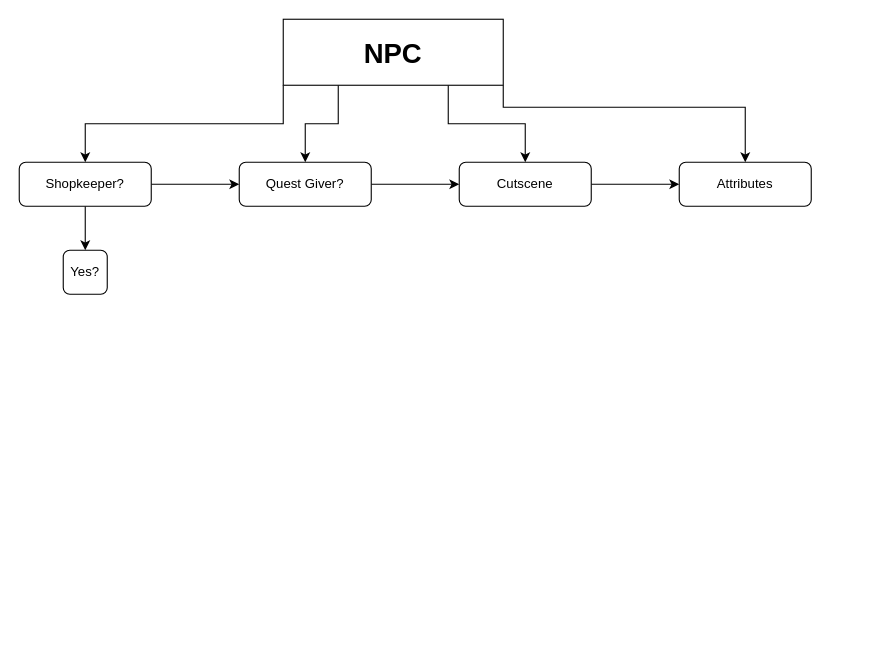
Above: Notes/charts/npc.drawio in ChrisGlenn/tdats (draw.io), before the change. Source tidied: cells renumbered, new cells numbered last; positions are measured from the earlier drawing's top-left corner, leaving out a move shared by most shapes. Both pictures are drawn from the tidied source at 110%, with x=0, y=0 at pixel (19, 19).
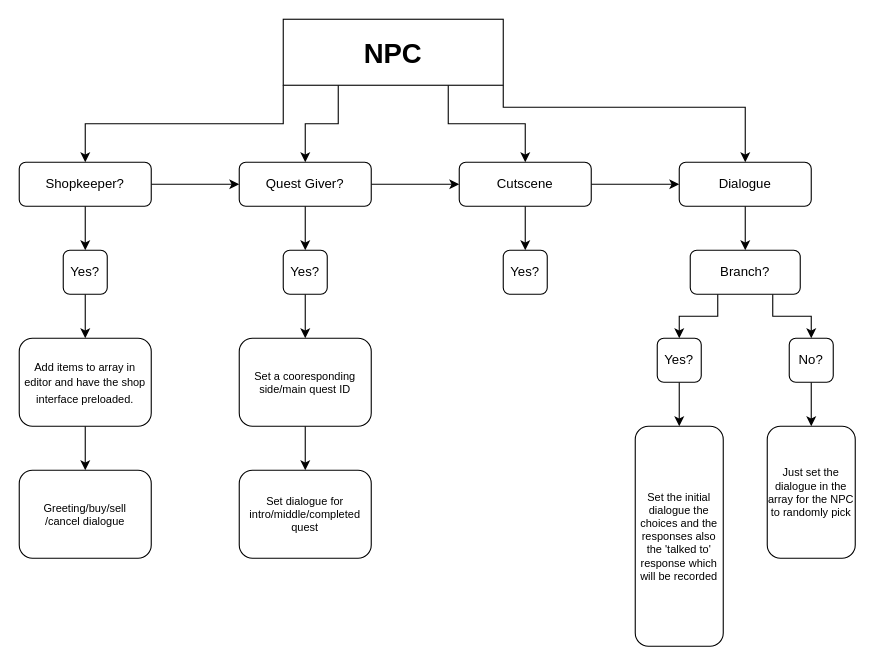
The same page after the edit.

The change refers to these unchanged cells:
```xml
<mxCell id="11" value="Quest Giver?" style="rounded=1;whiteSpace=wrap;html=1;" parent="1" vertex="1">
  <mxGeometry x="200" y="130" width="120" height="40" as="geometry" />
</mxCell>
<mxCell id="13" value="Cutscene" style="rounded=1;whiteSpace=wrap;html=1;" parent="1" vertex="1">
  <mxGeometry x="400" y="130" width="120" height="40" as="geometry" />
</mxCell>
<mxCell id="15" value="Yes?" style="rounded=1;whiteSpace=wrap;html=1;" parent="1" vertex="1">
  <mxGeometry x="40" y="210" width="40" height="40" as="geometry" />
</mxCell>
```

What changed in the source:
```diff
@@
+    <mxCell id="16" style="edgeStyle=orthogonalEdgeStyle;rounded=0;jettySize=auto;html=1;exitX=0.5;exitY=1;exitDx=0;exitDy=0;" parent="1" edge="1" source="11" target="24">
+      <mxGeometry relative="1" as="geometry" />
+    </mxCell>
@@
+    <mxCell id="17" style="edgeStyle=orthogonalEdgeStyle;rounded=0;jettySize=auto;html=1;exitX=0.5;exitY=1;exitDx=0;exitDy=0;" parent="1" edge="1" source="13" target="27">
+      <mxGeometry relative="1" as="geometry" />
+    </mxCell>
@@
+    <mxCell id="18" style="edgeStyle=orthogonalEdgeStyle;rounded=0;jettySize=auto;html=1;exitX=0.5;exitY=1;exitDx=0;exitDy=0;entryX=0.5;entryY=0;entryDx=0;entryDy=0;" parent="1" edge="1" source="14" target="30">
+      <mxGeometry relative="1" as="geometry" />
+    </mxCell>
-    <mxCell id="14" value="Attributes" style="rounded=1;whiteSpace=wrap;html=1;" parent="1" vertex="1">
+    <mxCell id="14" value="Dialogue" style="rounded=1;whiteSpace=wrap;html=1;" parent="1" vertex="1">
       <mxGeometry x="600" y="130" width="120" height="40" as="geometry" />
     </mxCell>
+    <mxCell id="19" style="edgeStyle=orthogonalEdgeStyle;rounded=0;jettySize=auto;html=1;exitX=0.5;exitY=1;exitDx=0;exitDy=0;" parent="1" edge="1" source="15" target="21">
+      <mxGeometry relative="1" as="geometry" />
+    </mxCell>
@@
+    <mxCell id="20" style="edgeStyle=orthogonalEdgeStyle;rounded=0;jettySize=auto;html=1;exitX=0.5;exitY=1;exitDx=0;exitDy=0;entryX=0.5;entryY=0;entryDx=0;entryDy=0;" parent="1" edge="1" source="21" target="22">
+      <mxGeometry relative="1" as="geometry" />
+    </mxCell>
+    <mxCell id="21" value="&lt;font style=&quot;font-size: 10px;&quot;&gt;Add items to array in editor and have the shop interface preloaded.&lt;/font&gt;" style="rounded=1;whiteSpace=wrap;html=1;" parent="1" vertex="1">
+      <mxGeometry y="290" width="120" height="80" as="geometry" />
+    </mxCell>
+    <mxCell id="22" value="&lt;font style=&quot;font-size: 10px;&quot;&gt;Greeting/buy/sell&lt;/font&gt;&lt;div style=&quot;font-size: 10px;&quot;&gt;&lt;font style=&quot;font-size: 10px;&quot;&gt;/cancel dialogue&lt;/font&gt;&lt;/div&gt;" style="rounded=1;whiteSpace=wrap;html=1;fontSize=10;" parent="1" vertex="1">
+      <mxGeometry y="410" width="120" height="80" as="geometry" />
+    </mxCell>
+    <mxCell id="23" style="edgeStyle=orthogonalEdgeStyle;rounded=0;jettySize=auto;html=1;exitX=0.5;exitY=1;exitDx=0;exitDy=0;" parent="1" edge="1" source="24" target="26">
+      <mxGeometry relative="1" as="geometry" />
+    </mxCell>
+    <mxCell id="24" value="Yes?" style="rounded=1;whiteSpace=wrap;html=1;" parent="1" vertex="1">
+      <mxGeometry x="240" y="210" width="40" height="40" as="geometry" />
+    </mxCell>
+    <mxCell id="25" style="edgeStyle=orthogonalEdgeStyle;rounded=0;jettySize=auto;html=1;exitX=0.5;exitY=1;exitDx=0;exitDy=0;entryX=0.5;entryY=0;entryDx=0;entryDy=0;" parent="1" edge="1" source="26" target="31">
+      <mxGeometry relative="1" as="geometry" />
+    </mxCell>
+    <mxCell id="26" value="Set a cooresponding side/main quest ID" style="rounded=1;whiteSpace=wrap;html=1;fontSize=10;" parent="1" vertex="1">
+      <mxGeometry x="200" y="290" width="120" height="80" as="geometry" />
+    </mxCell>
+    <mxCell id="27" value="Yes?" style="rounded=1;whiteSpace=wrap;html=1;" parent="1" vertex="1">
+      <mxGeometry x="440" y="210" width="40" height="40" as="geometry" />
+    </mxCell>
+    <mxCell id="28" style="edgeStyle=orthogonalEdgeStyle;rounded=0;jettySize=auto;html=1;exitX=0.25;exitY=1;exitDx=0;exitDy=0;entryX=0.5;entryY=0;entryDx=0;entryDy=0;" parent="1" edge="1" source="30" target="33">
+      <mxGeometry relative="1" as="geometry" />
+    </mxCell>
+    <mxCell id="29" style="edgeStyle=orthogonalEdgeStyle;rounded=0;jettySize=auto;html=1;exitX=0.75;exitY=1;exitDx=0;exitDy=0;" parent="1" edge="1" source="30" target="35">
+      <mxGeometry relative="1" as="geometry" />
+    </mxCell>
+    <mxCell id="30" value="Branch?" style="rounded=1;whiteSpace=wrap;html=1;" parent="1" vertex="1">
+      <mxGeometry x="610" y="210" width="100" height="40" as="geometry" />
+    </mxCell>
+    <mxCell id="31" value="Set dialogue for intro/middle/completed quest" style="rounded=1;whiteSpace=wrap;html=1;fontSize=10;" parent="1" vertex="1">
+      <mxGeometry x="200" y="410" width="120" height="80" as="geometry" />
+    </mxCell>
+    <mxCell id="32" style="edgeStyle=orthogonalEdgeStyle;rounded=0;jettySize=auto;html=1;exitX=0.5;exitY=1;exitDx=0;exitDy=0;entryX=0.5;entryY=0;entryDx=0;entryDy=0;" parent="1" edge="1" source="33" target="37">
+      <mxGeometry relative="1" as="geometry" />
+    </mxCell>
+    <mxCell id="33" value="Yes?" style="rounded=1;whiteSpace=wrap;html=1;" parent="1" vertex="1">
+      <mxGeometry x="580" y="290" width="40" height="40" as="geometry" />
+    </mxCell>
+    <mxCell id="34" style="edgeStyle=orthogonalEdgeStyle;rounded=0;jettySize=auto;html=1;exitX=0.5;exitY=1;exitDx=0;exitDy=0;entryX=0.5;entryY=0;entryDx=0;entryDy=0;" parent="1" edge="1" source="35" target="36">
+      <mxGeometry relative="1" as="geometry" />
+    </mxCell>
+    <mxCell id="35" value="No?" style="rounded=1;whiteSpace=wrap;html=1;" parent="1" vertex="1">
+      <mxGeometry x="700" y="290" width="40" height="40" as="geometry" />
+    </mxCell>
+    <mxCell id="36" value="Just set the dialogue in the array for the NPC to randomly pick" style="rounded=1;whiteSpace=wrap;html=1;fontSize=10;" parent="1" vertex="1">
+      <mxGeometry x="680" y="370" width="80" height="120" as="geometry" />
+    </mxCell>
+    <mxCell id="37" value="Set the initial dialogue the choices and the responses also the 'talked to' response which will be recorded" style="rounded=1;whiteSpace=wrap;html=1;fontSize=10;" parent="1" vertex="1">
+      <mxGeometry x="560" y="370" width="80" height="200" as="geometry" />
+    </mxCell>
```
